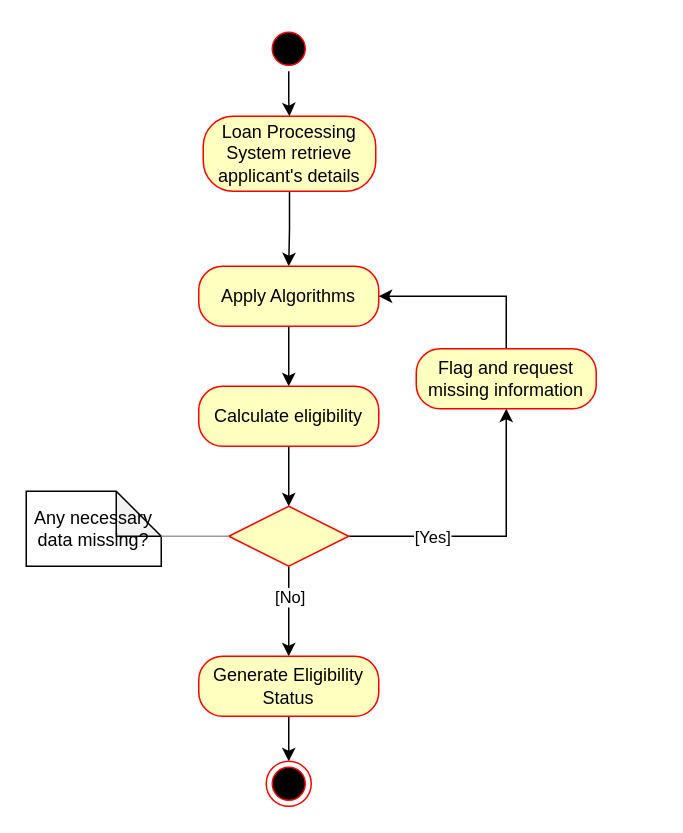
This is Loan Eligibility Calculation Activity Diagram.drawio from AjnaNushi/drawio, a draw.io file, before an edit. Source tidied: cells renumbered, new cells numbered last; positions are measured from the earlier drawing's top-left corner, leaving out a move shared by most shapes. Both pictures are drawn from the tidied source at 150%, with x=0, y=0 at pixel (26, 26).
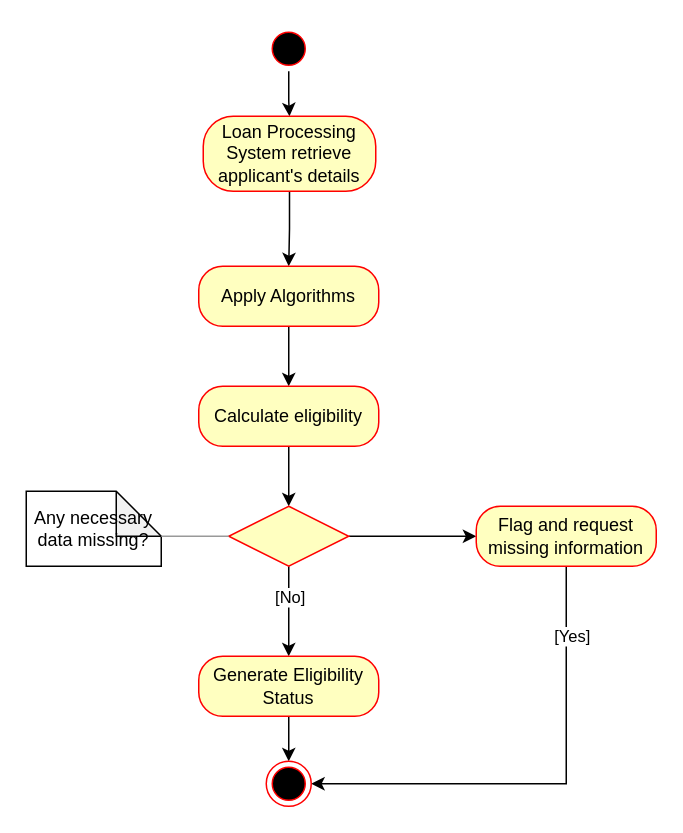
The same diagram, later.

The change refers to these unchanged cells:
```xml
<mxCell id="7" value="Apply Algorithms" style="rounded=1;whiteSpace=wrap;html=1;arcSize=40;fontColor=#000000;fillColor=#ffffc0;strokeColor=#ff0000;" parent="1" vertex="1">
  <mxGeometry x="115" y="160" width="120" height="40" as="geometry" />
</mxCell>
<mxCell id="14" style="rhombus;whiteSpace=wrap;html=1;fontColor=#000000;fillColor=#ffffc0;strokeColor=#ff0000;" parent="1" vertex="1">
  <mxGeometry x="135" y="320" width="80" height="40" as="geometry" />
</mxCell>
<mxCell id="20" style="ellipse;html=1;shape=endState;fillColor=#000000;strokeColor=#ff0000;" parent="1" vertex="1">
  <mxGeometry x="160" y="490" width="30" height="30" as="geometry" />
</mxCell>
```

What changed in the source:
```diff
@@
-    <mxCell id="10" style="edgeStyle=orthogonalEdgeStyle;rounded=0;jettySize=auto;html=1;exitX=1;exitY=0.5;exitDx=0;exitDy=0;entryX=0.5;entryY=1;entryDx=0;entryDy=0;" parent="1" edge="1" source="14" target="17">
-      <mxGeometry relative="1" as="geometry" />
-    </mxCell>
-    <mxCell id="11" value="[Yes]" style="edgeLabel;html=1;align=center;verticalAlign=middle;" parent="10" vertex="1">
-      <mxGeometry x="-0.53" y="-4" relative="1" as="geometry">
-        <mxPoint x="10" y="-4" as="offset" />
-      </mxGeometry>
-    </mxCell>
@@
+    <mxCell id="10" style="edgeStyle=orthogonalEdgeStyle;rounded=0;jettySize=auto;html=1;" parent="1" edge="1" source="14" target="17">
+      <mxGeometry relative="1" as="geometry" />
+    </mxCell>
@@
-    <mxCell id="16" style="edgeStyle=orthogonalEdgeStyle;rounded=0;jettySize=auto;html=1;exitX=0.5;exitY=0;exitDx=0;exitDy=0;entryX=1;entryY=0.5;entryDx=0;entryDy=0;" parent="1" edge="1" source="17" target="7">
-      <mxGeometry relative="1" as="geometry" />
-    </mxCell>
+    <mxCell id="22" style="edgeStyle=orthogonalEdgeStyle;rounded=0;jettySize=auto;html=1;entryX=1;entryY=0.5;entryDx=0;entryDy=0;" parent="1" edge="1" source="17" target="20">
+      <mxGeometry relative="1" as="geometry">
+        <Array as="points">
+          <mxPoint x="360" y="505" />
+        </Array>
+      </mxGeometry>
+    </mxCell>
+    <mxCell id="11" value="[Yes]" style="edgeLabel;html=1;align=center;verticalAlign=middle;" parent="22" vertex="1">
+      <mxGeometry x="-0.71" y="3" relative="1" as="geometry" />
+    </mxCell>
     <mxCell id="17" value="Flag and request missing information" style="rounded=1;whiteSpace=wrap;html=1;arcSize=40;fontColor=#000000;fillColor=#ffffc0;strokeColor=#ff0000;" parent="1" vertex="1">
-      <mxGeometry x="260" y="215" width="120" height="40" as="geometry" />
+      <mxGeometry x="300" y="320" width="120" height="40" as="geometry" />
     </mxCell>
```
